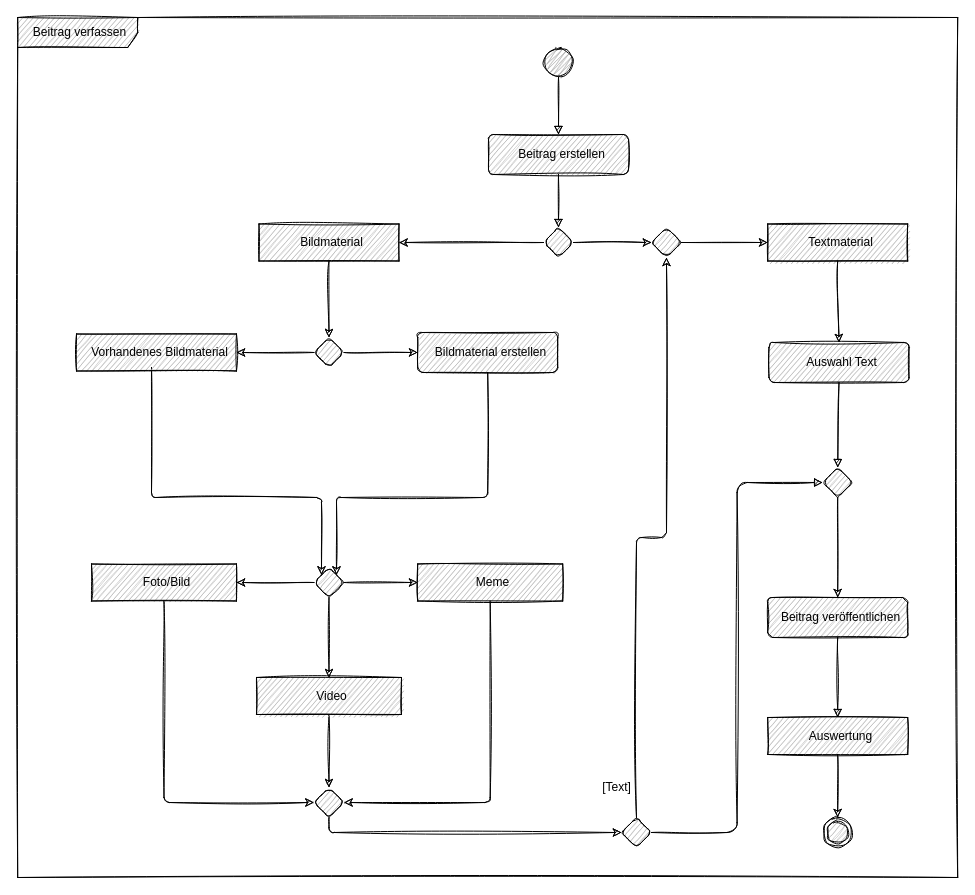
This is page "Task - Social Media Post" (3 of 10) of doc/game design/Basic-Gameplay.drawio from qogoist/rise_of_ravens, a draw.io file, before an edit. Source tidied: cells renumbered, new cells numbered last; positions are measured from the earlier drawing's top-left corner, leaving out a move shared by most shapes. Both pictures are drawn from the tidied source at 100%, with x=0, y=0 at pixel (17, 17).
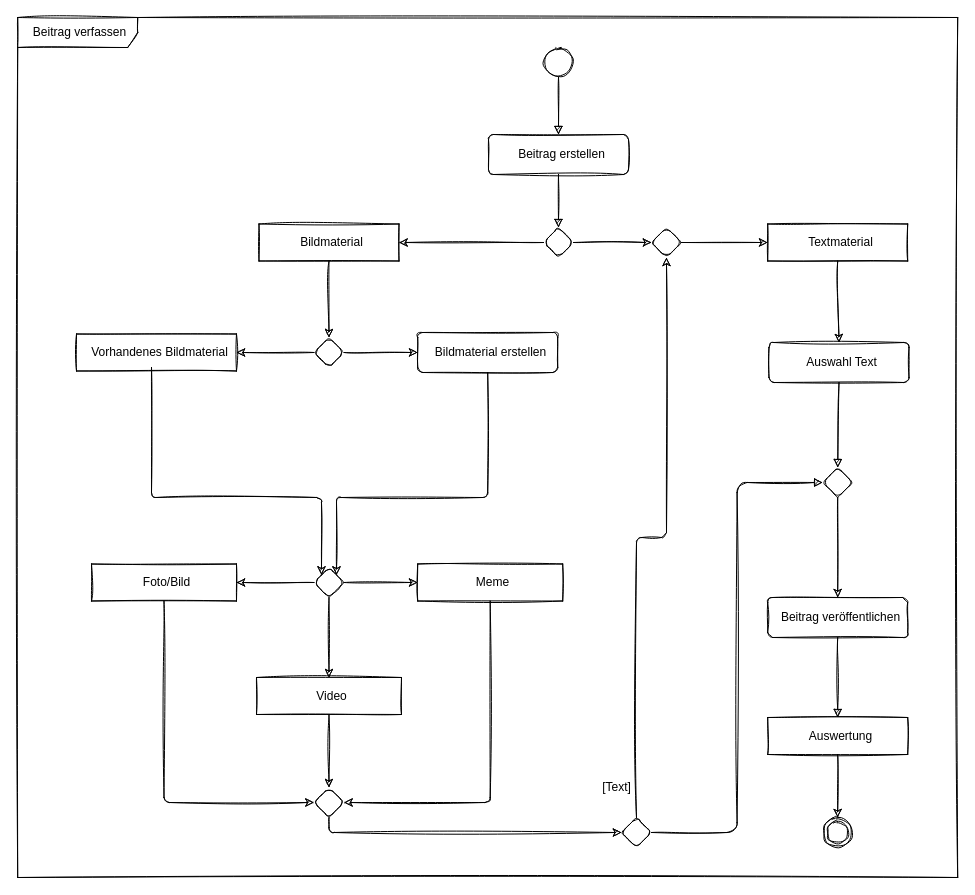
Above is the later version.

Change to the diagram source:
```diff
@@
-    <mxCell id="2" value="Beitrag verfassen" style="shape=umlFrame;whiteSpace=wrap;html=1;width=120;height=30;boundedLbl=1;verticalAlign=middle;align=center;spacingLeft=5;fillColor=#ABABAB;sketch=1;shadow=0;rounded=1;dashed=0;arcSize=10;strokeColor=#000000;fontColor=#000000;" parent="1" vertex="1">
+    <mxCell id="2" value="Beitrag verfassen" style="shape=umlFrame;whiteSpace=wrap;html=1;width=120;height=30;boundedLbl=1;verticalAlign=middle;align=center;spacingLeft=5;fillColor=none;sketch=1;shadow=0;rounded=1;dashed=0;arcSize=10;strokeColor=#000000;fontColor=#000000;" parent="1" vertex="1">
       <mxGeometry x="0.2" width="940" height="860" as="geometry" />
     </mxCell>
@@
-    <mxCell id="4" style="ellipse;sketch=1;shadow=0;fillStyle=zigzag;fillColor=#ABABAB;strokeColor=#000000;fontColor=#000000;rounded=1;dashed=0;arcSize=10;spacingLeft=5;" parent="1" vertex="1">
+    <mxCell id="4" style="ellipse;sketch=1;shadow=0;fillStyle=zigzag;fillColor=none;strokeColor=#000000;fontColor=#000000;rounded=1;dashed=0;arcSize=10;spacingLeft=5;" parent="1" vertex="1">
       <mxGeometry x="526" y="30" width="30" height="30" as="geometry" />
     </mxCell>
@@
-    <mxCell id="8" style="rhombus;rounded=1;shadow=0;dashed=0;sketch=1;strokeColor=#000000;fillColor=#ABABAB;verticalAlign=middle;fontColor=#000000;arcSize=10;spacingLeft=5;" parent="1" vertex="1">
+    <mxCell id="8" style="rhombus;rounded=1;shadow=0;dashed=0;sketch=1;strokeColor=#000000;fillColor=none;verticalAlign=middle;fontColor=#000000;arcSize=10;spacingLeft=5;" parent="1" vertex="1">
       <mxGeometry x="526" y="210" width="30" height="30" as="geometry" />
     </mxCell>
@@
-    <mxCell id="12" style="rhombus;rounded=1;shadow=0;dashed=0;sketch=1;strokeColor=#000000;fillColor=#ABABAB;verticalAlign=middle;fontColor=#000000;arcSize=10;spacingLeft=5;" parent="1" vertex="1">
+    <mxCell id="12" style="rhombus;rounded=1;shadow=0;dashed=0;sketch=1;strokeColor=#000000;fillColor=none;verticalAlign=middle;fontColor=#000000;arcSize=10;spacingLeft=5;" parent="1" vertex="1">
       <mxGeometry x="296.5" y="550" width="30" height="30" as="geometry" />
     </mxCell>
@@
-    <mxCell id="17" style="rhombus;rounded=1;shadow=0;dashed=0;sketch=1;strokeColor=#000000;fillColor=#ABABAB;verticalAlign=middle;fontColor=#000000;arcSize=10;spacingLeft=5;" parent="1" vertex="1">
+    <mxCell id="17" style="rhombus;rounded=1;shadow=0;dashed=0;sketch=1;strokeColor=#000000;fillColor=none;verticalAlign=middle;fontColor=#000000;arcSize=10;spacingLeft=5;" parent="1" vertex="1">
       <mxGeometry x="296.5" y="770" width="30" height="30" as="geometry" />
     </mxCell>
@@
-    <mxCell id="20" style="rhombus;rounded=1;shadow=0;dashed=0;sketch=1;strokeColor=#000000;fillColor=#ABABAB;verticalAlign=middle;fontColor=#000000;arcSize=10;spacingLeft=5;" parent="1" vertex="1">
+    <mxCell id="20" style="rhombus;rounded=1;shadow=0;dashed=0;sketch=1;strokeColor=#000000;fillColor=none;verticalAlign=middle;fontColor=#000000;arcSize=10;spacingLeft=5;" parent="1" vertex="1">
       <mxGeometry x="296.5" y="320" width="30" height="30" as="geometry" />
     </mxCell>
@@
-    <mxCell id="25" style="rhombus;rounded=1;shadow=0;dashed=0;sketch=1;strokeColor=#000000;fillColor=#ABABAB;verticalAlign=middle;fontColor=#000000;arcSize=10;spacingLeft=5;" parent="1" vertex="1">
+    <mxCell id="25" style="rhombus;rounded=1;shadow=0;dashed=0;sketch=1;strokeColor=#000000;fillColor=none;verticalAlign=middle;fontColor=#000000;arcSize=10;spacingLeft=5;" parent="1" vertex="1">
       <mxGeometry x="604" y="800" width="30" height="30" as="geometry" />
     </mxCell>
@@
-    <mxCell id="28" style="rhombus;rounded=1;shadow=0;dashed=0;sketch=1;strokeColor=#000000;fillColor=#ABABAB;verticalAlign=middle;fontColor=#000000;arcSize=10;spacingLeft=5;" parent="1" vertex="1">
+    <mxCell id="28" style="rhombus;rounded=1;shadow=0;dashed=0;sketch=1;strokeColor=#000000;fillColor=none;verticalAlign=middle;fontColor=#000000;arcSize=10;spacingLeft=5;" parent="1" vertex="1">
       <mxGeometry x="634" y="210" width="30" height="30" as="geometry" />
     </mxCell>
@@
-    <mxCell id="30" style="ellipse;html=1;shape=endState;fillColor=#ABABAB;strokeColor=#000000;sketch=1;shadow=0;rounded=1;dashed=0;arcSize=10;fontColor=#000000;spacingLeft=5;" parent="1" vertex="1">
+    <mxCell id="30" style="ellipse;html=1;shape=endState;fillColor=none;strokeColor=#000000;sketch=1;shadow=0;rounded=1;dashed=0;arcSize=10;fontColor=#000000;spacingLeft=5;" parent="1" vertex="1">
       <mxGeometry x="805.2" y="800" width="30" height="30" as="geometry" />
     </mxCell>
@@
-    <mxCell id="33" value="Beitrag erstellen" style="html=1;align=center;verticalAlign=middle;rounded=1;absoluteArcSize=1;arcSize=10;dashed=0;fontColor=#000000;fillColor=#ABABAB;strokeColor=#000000;sketch=1;shadow=0;spacingLeft=5;" parent="1" vertex="1">
+    <mxCell id="33" value="Beitrag erstellen" style="html=1;align=center;verticalAlign=middle;rounded=1;absoluteArcSize=1;arcSize=10;dashed=0;fontColor=#000000;fillColor=none;strokeColor=#000000;sketch=1;shadow=0;spacingLeft=5;" parent="1" vertex="1">
       <mxGeometry x="471" y="117" width="140" height="40" as="geometry" />
     </mxCell>
-    <mxCell id="34" value="Bildmaterial" style="html=1;align=center;verticalAlign=middle;rounded=0;absoluteArcSize=1;arcSize=10;dashed=0;fontColor=#000000;fillColor=#ABABAB;strokeColor=#000000;sketch=1;shadow=0;spacingLeft=5;" parent="1" vertex="1">
+    <mxCell id="34" value="Bildmaterial" style="html=1;align=center;verticalAlign=middle;rounded=0;absoluteArcSize=1;arcSize=10;dashed=0;fontColor=#000000;fillColor=none;strokeColor=#000000;sketch=1;shadow=0;spacingLeft=5;" parent="1" vertex="1">
       <mxGeometry x="241.5" y="206.5" width="140" height="37" as="geometry" />
     </mxCell>
-    <mxCell id="35" value="Textmaterial" style="html=1;align=center;verticalAlign=middle;rounded=0;absoluteArcSize=1;arcSize=10;dashed=0;fontColor=#000000;fillColor=#ABABAB;strokeColor=#000000;sketch=1;shadow=0;spacingLeft=5;" parent="1" vertex="1">
+    <mxCell id="35" value="Textmaterial" style="html=1;align=center;verticalAlign=middle;rounded=0;absoluteArcSize=1;arcSize=10;dashed=0;fontColor=#000000;fillColor=none;strokeColor=#000000;sketch=1;shadow=0;spacingLeft=5;" parent="1" vertex="1">
       <mxGeometry x="750.2" y="206.5" width="140" height="37" as="geometry" />
     </mxCell>
-    <mxCell id="36" value="Auswahl Text" style="html=1;align=center;verticalAlign=middle;rounded=1;absoluteArcSize=1;arcSize=10;dashed=0;fontColor=#000000;fillColor=#ABABAB;strokeColor=#000000;sketch=1;shadow=0;spacingLeft=5;" parent="1" vertex="1">
+    <mxCell id="36" value="Auswahl Text" style="html=1;align=center;verticalAlign=middle;rounded=1;absoluteArcSize=1;arcSize=10;dashed=0;fontColor=#000000;fillColor=none;strokeColor=#000000;sketch=1;shadow=0;spacingLeft=5;" parent="1" vertex="1">
       <mxGeometry x="751.5" y="325" width="140" height="40" as="geometry" />
     </mxCell>
@@
-    <mxCell id="38" value="Beitrag veröffentlichen" style="html=1;align=center;verticalAlign=middle;rounded=1;absoluteArcSize=1;arcSize=10;dashed=0;fontColor=#000000;fillColor=#ABABAB;strokeColor=#000000;sketch=1;shadow=0;spacingLeft=5;" parent="1" vertex="1">
+    <mxCell id="38" value="Beitrag veröffentlichen" style="html=1;align=center;verticalAlign=middle;rounded=1;absoluteArcSize=1;arcSize=10;dashed=0;fontColor=#000000;fillColor=none;strokeColor=#000000;sketch=1;shadow=0;spacingLeft=5;" parent="1" vertex="1">
       <mxGeometry x="750.2" y="580" width="140" height="40" as="geometry" />
     </mxCell>
-    <mxCell id="39" value="Auswertung" style="html=1;align=center;verticalAlign=middle;rounded=0;absoluteArcSize=1;arcSize=10;dashed=0;fontColor=#000000;fillColor=#ABABAB;strokeColor=#000000;sketch=1;shadow=0;spacingLeft=5;" parent="1" vertex="1">
+    <mxCell id="39" value="Auswertung" style="html=1;align=center;verticalAlign=middle;rounded=0;absoluteArcSize=1;arcSize=10;dashed=0;fontColor=#000000;fillColor=none;strokeColor=#000000;sketch=1;shadow=0;spacingLeft=5;" parent="1" vertex="1">
       <mxGeometry x="750.2" y="700" width="140" height="37" as="geometry" />
     </mxCell>
-    <mxCell id="40" value="Bildmaterial erstellen" style="html=1;align=center;verticalAlign=middle;rounded=1;absoluteArcSize=1;arcSize=10;dashed=0;fontColor=#000000;fillColor=#ABABAB;strokeColor=#000000;sketch=1;shadow=0;spacingLeft=5;" parent="1" vertex="1">
+    <mxCell id="40" value="Bildmaterial erstellen" style="html=1;align=center;verticalAlign=middle;rounded=1;absoluteArcSize=1;arcSize=10;dashed=0;fontColor=#000000;fillColor=none;strokeColor=#000000;sketch=1;shadow=0;spacingLeft=5;" parent="1" vertex="1">
       <mxGeometry x="400.2" y="315" width="140" height="40" as="geometry" />
     </mxCell>
-    <mxCell id="41" value="Vorhandenes Bildmaterial" style="html=1;align=center;verticalAlign=middle;rounded=0;absoluteArcSize=1;arcSize=10;dashed=0;fontColor=#000000;fillColor=#ABABAB;strokeColor=#000000;sketch=1;shadow=0;spacingLeft=5;" parent="1" vertex="1">
+    <mxCell id="41" value="Vorhandenes Bildmaterial" style="html=1;align=center;verticalAlign=middle;rounded=0;absoluteArcSize=1;arcSize=10;dashed=0;fontColor=#000000;fillColor=none;strokeColor=#000000;sketch=1;shadow=0;spacingLeft=5;" parent="1" vertex="1">
       <mxGeometry x="59" y="316.5" width="160" height="37" as="geometry" />
     </mxCell>
-    <mxCell id="42" value="Foto/Bild" style="html=1;align=center;verticalAlign=middle;rounded=0;absoluteArcSize=1;arcSize=10;dashed=0;fontColor=#000000;fillColor=#ABABAB;strokeColor=#000000;sketch=1;shadow=0;spacingLeft=5;" parent="1" vertex="1">
+    <mxCell id="42" value="Foto/Bild" style="html=1;align=center;verticalAlign=middle;rounded=0;absoluteArcSize=1;arcSize=10;dashed=0;fontColor=#000000;fillColor=none;strokeColor=#000000;sketch=1;shadow=0;spacingLeft=5;" parent="1" vertex="1">
       <mxGeometry x="74" y="546.5" width="145" height="37" as="geometry" />
     </mxCell>
-    <mxCell id="43" value="Video" style="html=1;align=center;verticalAlign=middle;rounded=0;absoluteArcSize=1;arcSize=10;dashed=0;fontColor=#000000;fillColor=#ABABAB;strokeColor=#000000;sketch=1;shadow=0;spacingLeft=5;" parent="1" vertex="1">
+    <mxCell id="43" value="Video" style="html=1;align=center;verticalAlign=middle;rounded=0;absoluteArcSize=1;arcSize=10;dashed=0;fontColor=#000000;fillColor=none;strokeColor=#000000;sketch=1;shadow=0;spacingLeft=5;" parent="1" vertex="1">
       <mxGeometry x="239" y="660" width="145" height="37" as="geometry" />
     </mxCell>
-    <mxCell id="44" value="Meme" style="html=1;align=center;verticalAlign=middle;rounded=0;absoluteArcSize=1;arcSize=10;dashed=0;fontColor=#000000;fillColor=#ABABAB;strokeColor=#000000;sketch=1;shadow=0;spacingLeft=5;" parent="1" vertex="1">
+    <mxCell id="44" value="Meme" style="html=1;align=center;verticalAlign=middle;rounded=0;absoluteArcSize=1;arcSize=10;dashed=0;fontColor=#000000;fillColor=none;strokeColor=#000000;sketch=1;shadow=0;spacingLeft=5;" parent="1" vertex="1">
       <mxGeometry x="400.2" y="546.5" width="145" height="37" as="geometry" />
     </mxCell>
-    <mxCell id="45" style="rhombus;rounded=1;shadow=0;dashed=0;sketch=1;strokeColor=#000000;fillColor=#ABABAB;verticalAlign=middle;fontColor=#000000;arcSize=10;spacingLeft=5;" parent="1" vertex="1">
+    <mxCell id="45" style="rhombus;rounded=1;shadow=0;dashed=0;sketch=1;strokeColor=#000000;fillColor=none;verticalAlign=middle;fontColor=#000000;arcSize=10;spacingLeft=5;" parent="1" vertex="1">
       <mxGeometry x="805.2" y="450" width="30" height="30" as="geometry" />
     </mxCell>
```
